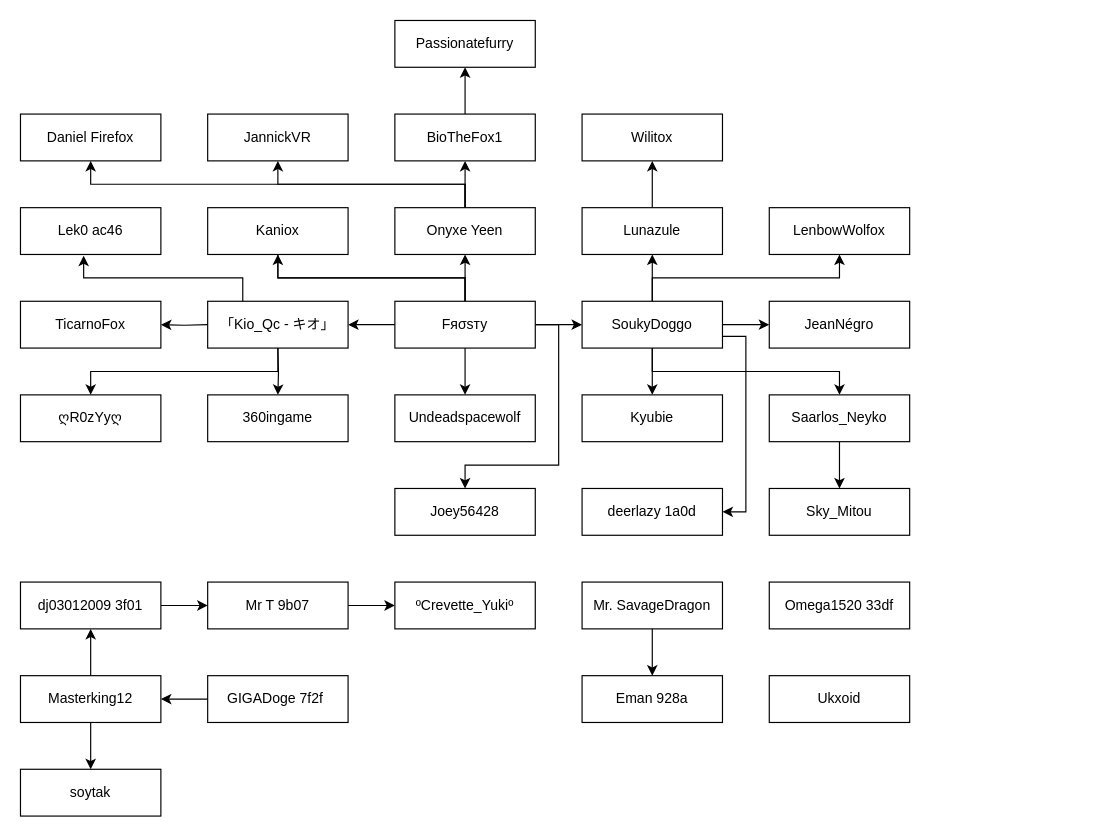
NicoTheDoggy/myvrcfriends keeps this draw.io diagram as vrchat friends.drawio. Above is the earlier version. Source tidied: cells renumbered, new cells numbered last; positions are measured from the earlier drawing's top-left corner, leaving out a move shared by most shapes. Both pictures are drawn from the tidied source at 117%, with x=0, y=0 at pixel (20, 20).
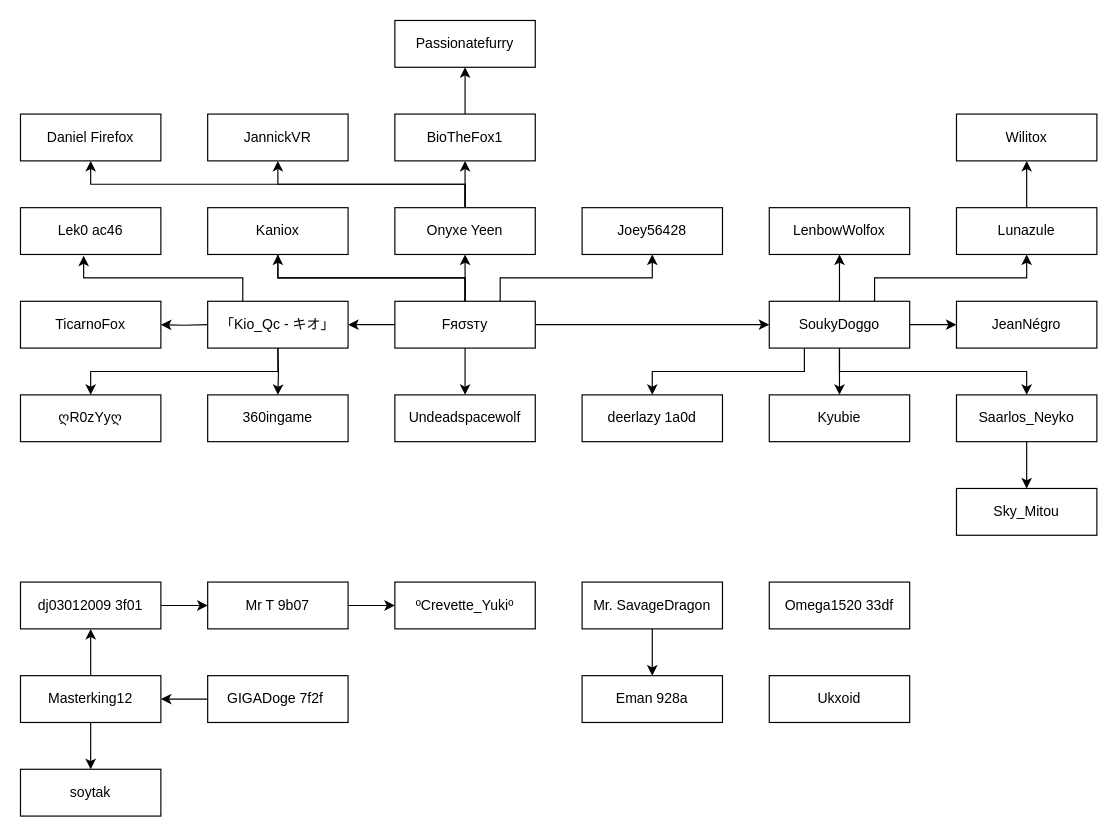
The same diagram, later.

The change refers to these unchanged cells:
```xml
<mxCell id="8" value="Fяσѕту" style="rounded=0;whiteSpace=wrap;html=1;" parent="1" vertex="1">
  <mxGeometry x="320" y="240" width="120" height="40" as="geometry" />
</mxCell>
```

What changed in the source:
```diff
@@
-    <mxCell id="7" style="edgeStyle=orthogonalEdgeStyle;rounded=0;jettySize=auto;html=1;exitX=1;exitY=0.5;exitDx=0;exitDy=0;entryX=0.5;entryY=0;entryDx=0;entryDy=0;" parent="1" edge="1" source="8" target="39">
-      <mxGeometry relative="1" as="geometry">
-        <Array as="points">
-          <mxPoint x="460" y="260" />
-          <mxPoint x="460" y="380" />
-          <mxPoint x="380" y="380" />
-        </Array>
-      </mxGeometry>
+    <mxCell id="7" style="edgeStyle=orthogonalEdgeStyle;rounded=0;jettySize=auto;html=1;exitX=0.75;exitY=0;exitDx=0;exitDy=0;entryX=0.5;entryY=1;entryDx=0;entryDy=0;" parent="1" edge="1" source="8" target="39">
+      <mxGeometry relative="1" as="geometry" />
     </mxCell>
@@
-    <mxCell id="14" style="edgeStyle=orthogonalEdgeStyle;rounded=0;jettySize=auto;html=1;exitX=0.5;exitY=0;exitDx=0;exitDy=0;entryX=0.5;entryY=1;entryDx=0;entryDy=0;" parent="1" edge="1" source="17" target="34">
+    <mxCell id="14" style="edgeStyle=orthogonalEdgeStyle;rounded=0;jettySize=auto;html=1;exitX=0.75;exitY=0;exitDx=0;exitDy=0;entryX=0.5;entryY=1;entryDx=0;entryDy=0;" parent="1" edge="1" source="17" target="34">
       <mxGeometry relative="1" as="geometry" />
     </mxCell>
@@
-    <mxCell id="16" style="edgeStyle=orthogonalEdgeStyle;rounded=0;jettySize=auto;html=1;exitX=1;exitY=0.75;exitDx=0;exitDy=0;entryX=1;entryY=0.5;entryDx=0;entryDy=0;" parent="1" edge="1" source="17" target="59">
-      <mxGeometry relative="1" as="geometry">
-        <Array as="points">
-          <mxPoint x="620" y="270" />
-          <mxPoint x="620" y="420" />
-        </Array>
-      </mxGeometry>
+    <mxCell id="16" style="edgeStyle=orthogonalEdgeStyle;rounded=0;jettySize=auto;html=1;exitX=0.25;exitY=1;exitDx=0;exitDy=0;entryX=0.5;entryY=0;entryDx=0;entryDy=0;" parent="1" edge="1" source="17" target="59">
+      <mxGeometry relative="1" as="geometry" />
     </mxCell>
     <mxCell id="17" value="SoukyDoggo" style="rounded=0;whiteSpace=wrap;html=1;" parent="1" vertex="1">
-      <mxGeometry x="480" y="240" width="120" height="40" as="geometry" />
+      <mxGeometry x="640" y="240" width="120" height="40" as="geometry" />
     </mxCell>
@@
     <mxCell id="21" value="JeanNégro" style="rounded=0;whiteSpace=wrap;html=1;" parent="1" vertex="1">
-      <mxGeometry x="640" y="240" width="120" height="40" as="geometry" />
+      <mxGeometry x="800" y="240" width="120" height="40" as="geometry" />
     </mxCell>
@@
     <mxCell id="27" value="Kyubie" style="rounded=0;whiteSpace=wrap;html=1;" parent="1" vertex="1">
-      <mxGeometry x="480" y="320" width="120" height="40" as="geometry" />
+      <mxGeometry x="640" y="320" width="120" height="40" as="geometry" />
     </mxCell>
@@
     <mxCell id="31" value="Saarlos_Neyko" style="rounded=0;whiteSpace=wrap;html=1;" parent="1" vertex="1">
-      <mxGeometry x="640" y="320" width="120" height="40" as="geometry" />
+      <mxGeometry x="800" y="320" width="120" height="40" as="geometry" />
     </mxCell>
     <mxCell id="32" value="Sky_Mitou" style="rounded=0;whiteSpace=wrap;html=1;" parent="1" vertex="1">
-      <mxGeometry x="640" y="400" width="120" height="40" as="geometry" />
+      <mxGeometry x="800" y="400" width="120" height="40" as="geometry" />
     </mxCell>
@@
     <mxCell id="34" value="Lunazule" style="rounded=0;whiteSpace=wrap;html=1;" parent="1" vertex="1">
-      <mxGeometry x="480" y="160" width="120" height="40" as="geometry" />
+      <mxGeometry x="800" y="160" width="120" height="40" as="geometry" />
     </mxCell>
     <mxCell id="35" value="Wilitox" style="rounded=0;whiteSpace=wrap;html=1;" parent="1" vertex="1">
-      <mxGeometry x="480" y="80" width="120" height="40" as="geometry" />
+      <mxGeometry x="800" y="80" width="120" height="40" as="geometry" />
     </mxCell>
@@
     <mxCell id="39" value="Joey56428" style="rounded=0;whiteSpace=wrap;html=1;" parent="1" vertex="1">
-      <mxGeometry x="320" y="400" width="120" height="40" as="geometry" />
+      <mxGeometry x="480" y="160" width="120" height="40" as="geometry" />
     </mxCell>
@@
     <mxCell id="59" value="deerlazy 1a0d" style="rounded=0;whiteSpace=wrap;html=1;" parent="1" vertex="1">
-      <mxGeometry x="480" y="400" width="120" height="40" as="geometry" />
+      <mxGeometry x="480" y="320" width="120" height="40" as="geometry" />
     </mxCell>
```
